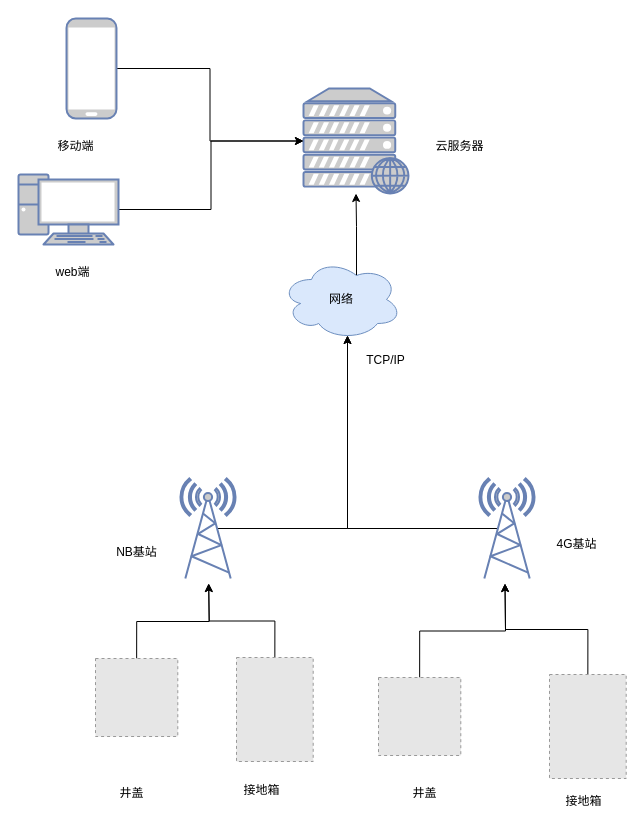
Before: page "拓扑图" (2 of 3) of 模块.drawio in viking-wj/software, a draw.io diagram. Source tidied: cells renumbered, new cells numbered last; positions are measured from the earlier drawing's top-left corner, leaving out a move shared by most shapes. Both pictures are drawn from the tidied source at 100%, with x=0, y=0 at pixel (18, 18). Pictures stored in the file or linked from it are replaced by grey dashed boxes.
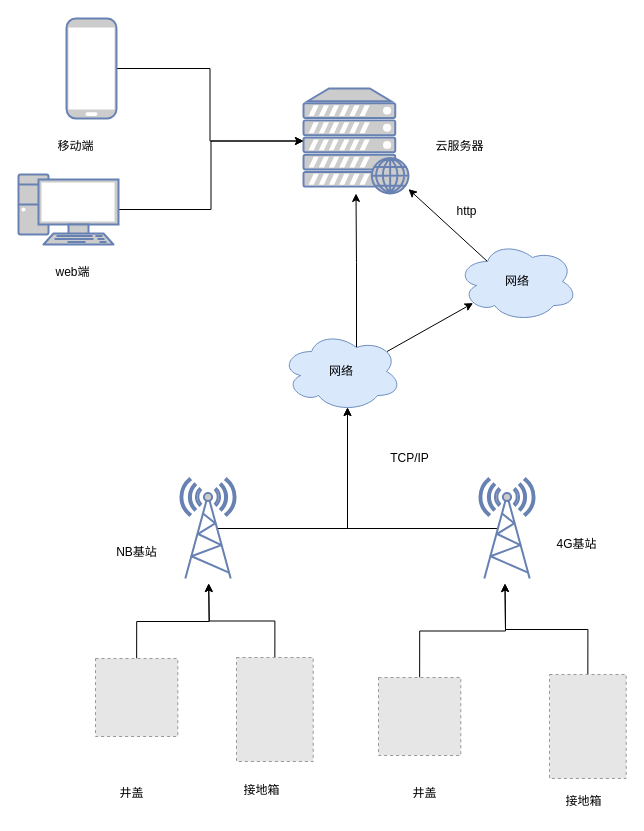
Above is the later version.

Unchanged cells that the change refers to:
```xml
<mxCell id="14" style="fontColor=#0066CC;verticalAlign=top;verticalLabelPosition=bottom;labelPosition=center;align=center;html=1;outlineConnect=0;fillColor=#CCCCCC;strokeColor=#6881B3;gradientColor=none;gradientDirection=north;strokeWidth=2;shape=mxgraph.networks.web_server;" parent="1" vertex="1">
  <mxGeometry x="285" y="70" width="105" height="105" as="geometry" />
</mxCell>
```

Change to the diagram source:
```diff
@@
+    <mxCell id="31" style="edgeStyle=none;rounded=0;jettySize=auto;html=1;exitX=0.88;exitY=0.25;exitDx=0;exitDy=0;exitPerimeter=0;entryX=0.13;entryY=0.77;entryDx=0;entryDy=0;entryPerimeter=0;" parent="1" edge="1" source="13" target="33">
+      <mxGeometry relative="1" as="geometry" />
+    </mxCell>
     <mxCell id="13" value="网络" style="ellipse;shape=cloud;whiteSpace=wrap;html=1;fillColor=#dae8fc;strokeColor=#6c8ebf;" parent="1" vertex="1">
-      <mxGeometry x="263" y="241" width="120" height="80" as="geometry" />
+      <mxGeometry x="263" y="313" width="120" height="80" as="geometry" />
     </mxCell>
@@
     <mxCell id="28" value="TCP/IP" style="text;html=1;align=center;verticalAlign=middle;strokeColor=none;fillColor=none;" parent="1" vertex="1">
-      <mxGeometry x="338" y="329" width="57" height="26" as="geometry" />
+      <mxGeometry x="362" y="427" width="57" height="26" as="geometry" />
     </mxCell>
@@
+    <mxCell id="32" style="edgeStyle=none;rounded=0;jettySize=auto;html=1;exitX=0.25;exitY=0.25;exitDx=0;exitDy=0;exitPerimeter=0;" parent="1" edge="1" source="33" target="14">
+      <mxGeometry relative="1" as="geometry" />
+    </mxCell>
+    <mxCell id="33" value="网络" style="ellipse;shape=cloud;whiteSpace=wrap;html=1;fillColor=#dae8fc;strokeColor=#6c8ebf;" parent="1" vertex="1">
+      <mxGeometry x="439" y="223" width="120" height="80" as="geometry" />
+    </mxCell>
+    <mxCell id="34" value="http" style="text;html=1;align=center;verticalAlign=middle;strokeColor=none;fillColor=none;" parent="1" vertex="1">
+      <mxGeometry x="429" y="180" width="38" height="26" as="geometry" />
+    </mxCell>
```
